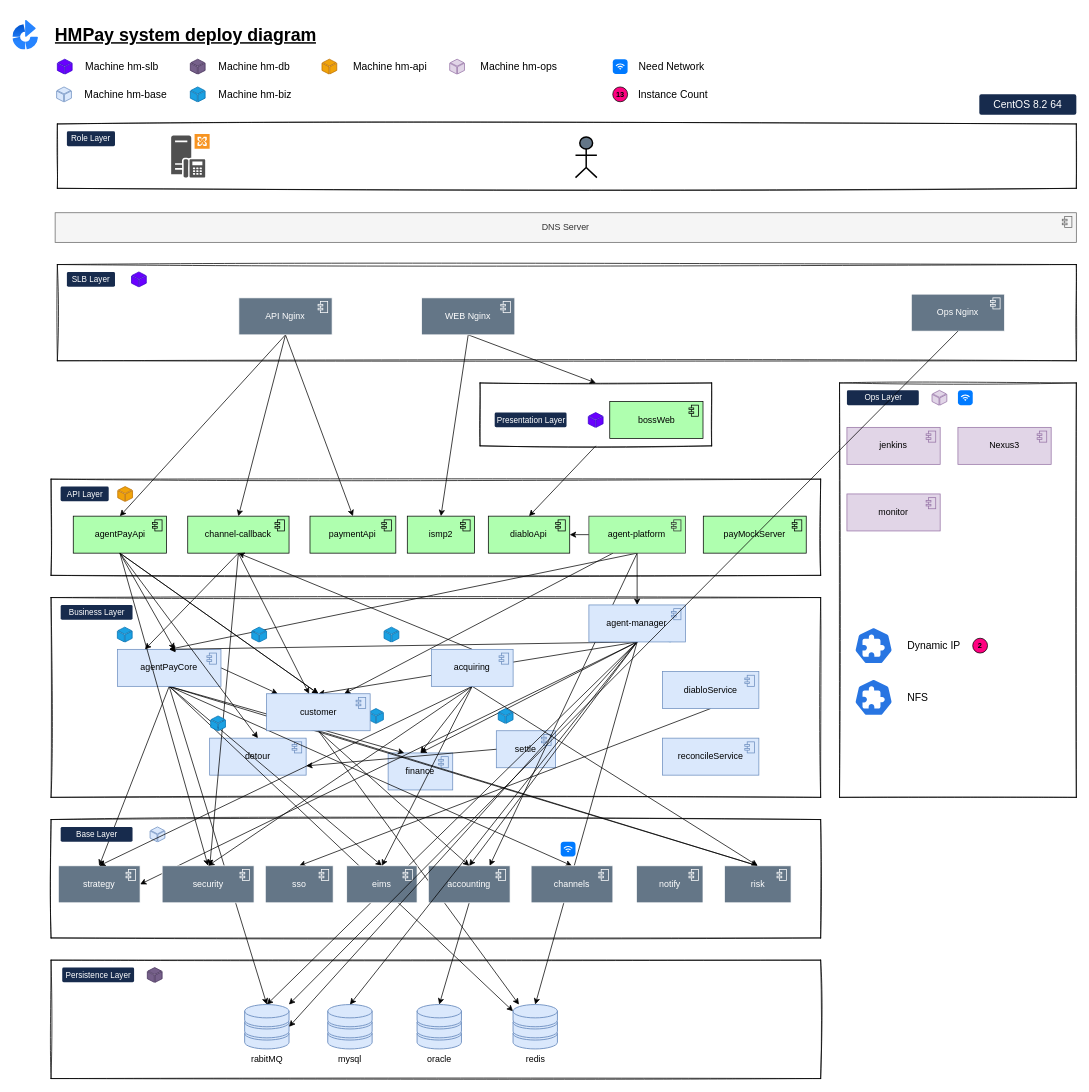
Before: page "Page-1" (1 of 2) of docs/design.drawio in hmpay/devops, a draw.io diagram. Source tidied: cells renumbered, new cells numbered last; positions are measured from the earlier drawing's top-left corner, leaving out a move shared by most shapes. Both pictures are drawn from the tidied source at 74%, with x=0, y=0 at pixel (13, 20).
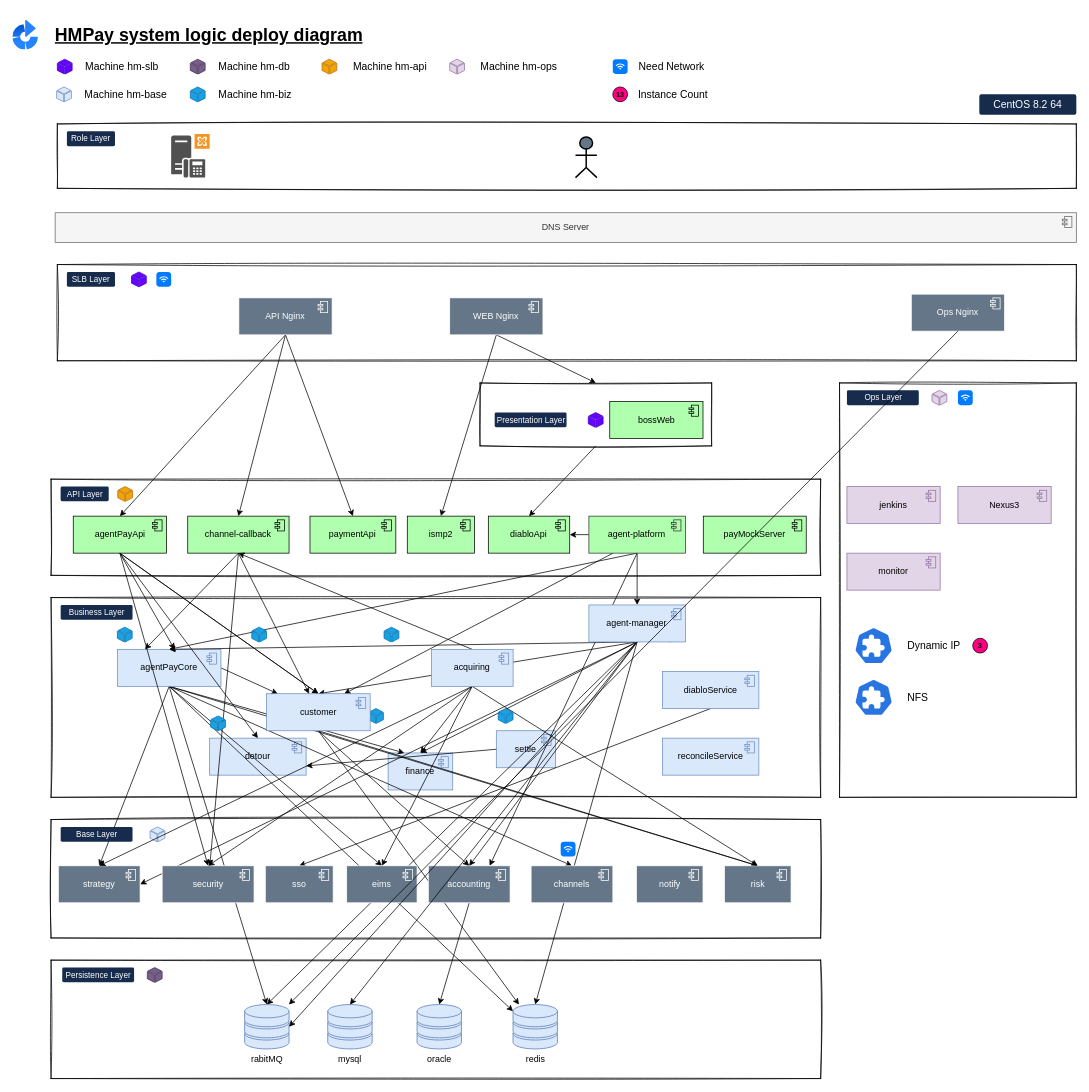
The same page after the edit.

The edit, as a diff of the source:
```diff
@@
-    <mxCell id="26" value="&lt;h1&gt;HMPay system deploy diagram&lt;/h1&gt;" style="text;html=1;strokeColor=none;fillColor=none;spacing=5;spacingTop=-20;whiteSpace=wrap;overflow=hidden;rounded=0;sketch=0;align=left;fontStyle=4;" parent="1" vertex="1">
-      <mxGeometry x="51.5" width="370" height="40" as="geometry" />
+    <mxCell id="26" value="&lt;h1&gt;HMPay system logic deploy diagram&lt;/h1&gt;" style="text;html=1;strokeColor=none;fillColor=none;spacing=5;spacingTop=-20;whiteSpace=wrap;overflow=hidden;rounded=0;sketch=0;align=left;fontStyle=4;" parent="1" vertex="1">
+      <mxGeometry x="51.5" width="435.4" height="40" as="geometry" />
     </mxCell>
@@
     <mxCell id="86" value="WEB Nginx" style="html=1;outlineConnect=0;whiteSpace=wrap;shape=mxgraph.archimate3.application;appType=comp;archiType=square;sketch=0;align=center;fillColor=#647687;fontColor=#ffffff;strokeColor=#FFFFFF;" parent="1" vertex="1">
-      <mxGeometry x="552.2" y="375" width="126" height="50" as="geometry" />
+      <mxGeometry x="590.2" y="375" width="126" height="50" as="geometry" />
     </mxCell>
@@
     <mxCell id="123" value="Nexus3" style="html=1;whiteSpace=wrap;shape=mxgraph.archimate3.application;appType=comp;archiType=square;sketch=0;align=center;fillColor=#e1d5e7;strokeColor=#9673a6;" parent="1" vertex="1">
-      <mxGeometry x="1277" y="550" width="126" height="50" as="geometry" />
+      <mxGeometry x="1277" y="630" width="126" height="50" as="geometry" />
     </mxCell>
@@
     <mxCell id="125" value="jenkins" style="html=1;whiteSpace=wrap;shape=mxgraph.archimate3.application;appType=comp;archiType=square;sketch=0;align=center;fillColor=#e1d5e7;strokeColor=#9673a6;" parent="1" vertex="1">
-      <mxGeometry x="1127" y="550" width="126" height="50" as="geometry" />
+      <mxGeometry x="1127" y="630" width="126" height="50" as="geometry" />
     </mxCell>
@@
     <mxCell id="128" value="monitor" style="html=1;whiteSpace=wrap;shape=mxgraph.archimate3.application;appType=comp;archiType=square;sketch=0;align=center;fillColor=#e1d5e7;strokeColor=#9673a6;" parent="1" vertex="1">
-      <mxGeometry x="1127" y="640" width="126" height="50" as="geometry" />
+      <mxGeometry x="1127" y="720" width="126" height="50" as="geometry" />
     </mxCell>
@@
-    <mxCell id="143" value="2" style="rounded=1;html=1;align=center;verticalAlign=middle;whiteSpace=wrap;fontSize=10;fontStyle=1;arcSize=50;sketch=0;fillColor=#FF0080;" parent="1" vertex="1">
+    <mxCell id="143" value="3" style="rounded=1;html=1;align=center;verticalAlign=middle;whiteSpace=wrap;fontSize=10;fontStyle=1;arcSize=50;sketch=0;fillColor=#FF0080;" parent="1" vertex="1">
       <mxGeometry x="1297" y="835" width="20" height="20" as="geometry" />
     </mxCell>
+    <mxCell id="144" style="html=1;strokeWidth=1;shadow=0;dashed=0;shape=mxgraph.ios7.misc.wifi;fillColor=#007AFF;strokeColor=none;buttonText=;strokeColor2=#222222;fontColor=#222222;fontSize=8;verticalLabelPosition=bottom;verticalAlign=top;align=center;sketch=0;" parent="1" vertex="1">
+      <mxGeometry x="193.8" y="340" width="20" height="20" as="geometry" />
+    </mxCell>
```
